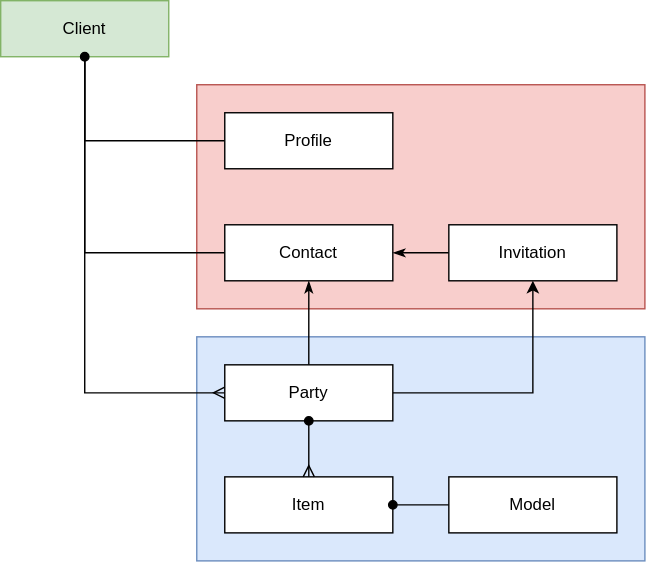
dxos-deprecated/sdk keeps this draw.io diagram as docs/content/diagrams/api.svg. Above is the earlier version. Source tidied: cells renumbered, new cells last; positions are measured from the earlier drawing's top-left corner, leaving out a move shared by most shapes.
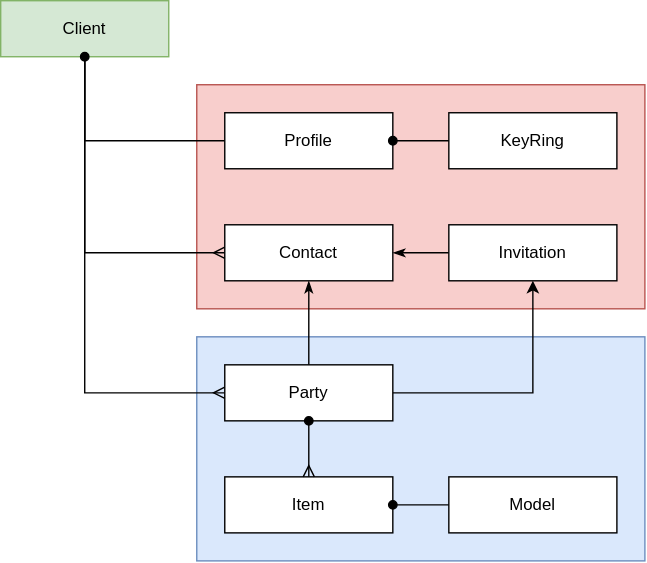
Later version of the same file.

Change to the diagram source:
```diff
@@ -14,7 +14,7 @@
     <mxCell id="5" style="edgeStyle=orthogonalEdgeStyle;rounded=0;jettySize=auto;html=1;exitX=0.5;exitY=1;exitDx=0;exitDy=0;endArrow=none;endFill=0;startArrow=oval;startFill=1;entryX=0;entryY=0.5;entryDx=0;entryDy=0;" parent="1" edge="1" source="4" target="8">
       <mxGeometry relative="1" as="geometry" />
     </mxCell>
-    <mxCell id="6" style="edgeStyle=orthogonalEdgeStyle;rounded=0;jettySize=auto;html=1;exitX=0.5;exitY=1;exitDx=0;exitDy=0;entryX=0;entryY=0.5;entryDx=0;entryDy=0;endArrow=none;endFill=0;" parent="1" edge="1" source="4" target="12">
+    <mxCell id="6" style="edgeStyle=orthogonalEdgeStyle;rounded=0;jettySize=auto;html=1;exitX=0.5;exitY=1;exitDx=0;exitDy=0;entryX=0;entryY=0.5;entryDx=0;entryDy=0;endArrow=ERmany;endFill=0;" parent="1" edge="1" source="4" target="12">
       <mxGeometry relative="1" as="geometry" />
     </mxCell>
     <mxCell id="7" style="edgeStyle=orthogonalEdgeStyle;rounded=0;jettySize=auto;html=1;exitX=0.5;exitY=1;exitDx=0;exitDy=0;entryX=0;entryY=0.5;entryDx=0;entryDy=0;endArrow=ERmany;endFill=0;" parent="1" edge="1" source="4" target="11">
@@ -53,5 +53,11 @@
     <mxCell id="18" style="edgeStyle=orthogonalEdgeStyle;rounded=0;jettySize=auto;html=1;exitX=0.5;exitY=1;exitDx=0;exitDy=0;startArrow=oval;startFill=1;endArrow=ERmany;endFill=0;entryX=0.5;entryY=0;entryDx=0;entryDy=0;" parent="1" edge="1" source="11" target="15">
       <mxGeometry relative="1" as="geometry" />
     </mxCell>
+    <mxCell id="19" value="KeyRing" style="rounded=0;whiteSpace=wrap;html=1;" parent="1" vertex="1">
+      <mxGeometry x="320" y="80" width="120" height="40" as="geometry" />
+    </mxCell>
+    <mxCell id="20" style="edgeStyle=orthogonalEdgeStyle;rounded=0;jettySize=auto;html=1;exitX=1;exitY=0.5;exitDx=0;exitDy=0;startArrow=oval;startFill=1;endArrow=none;endFill=0;" parent="1" edge="1" source="8" target="19">
+      <mxGeometry relative="1" as="geometry" />
+    </mxCell>
   </root>
 </mxGraphModel>
```
